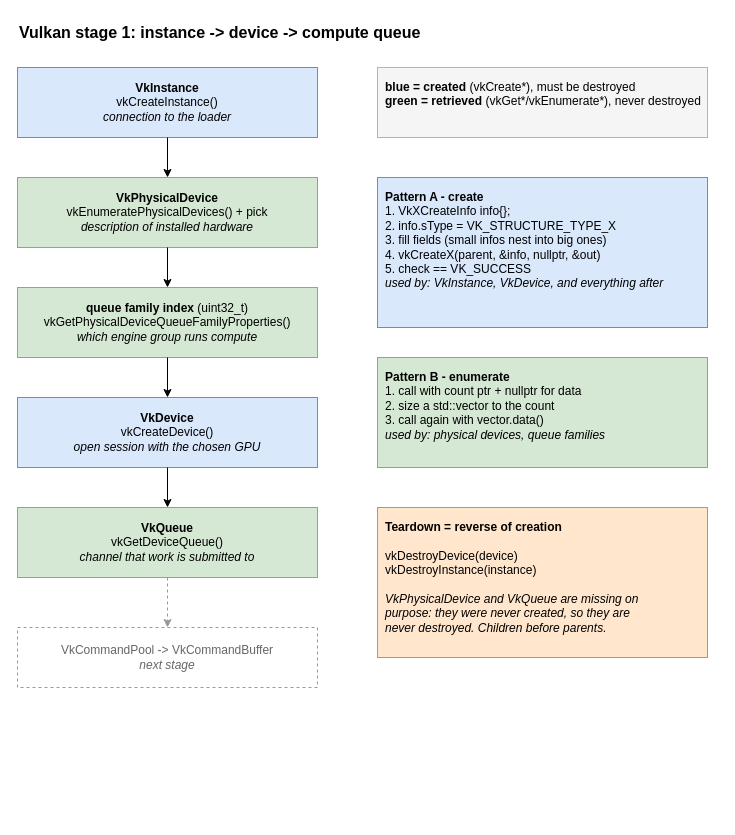
Above: docs/vulkan-init.drawio in JesseOinonen/video-pipeline-vulkan (draw.io), before the change. Source tidied: cells renumbered, new cells numbered last; positions are measured from the earlier drawing's top-left corner, leaving out a move shared by most shapes. Both pictures are drawn from the tidied source at 100%, with x=0, y=0 at pixel (17, 17).
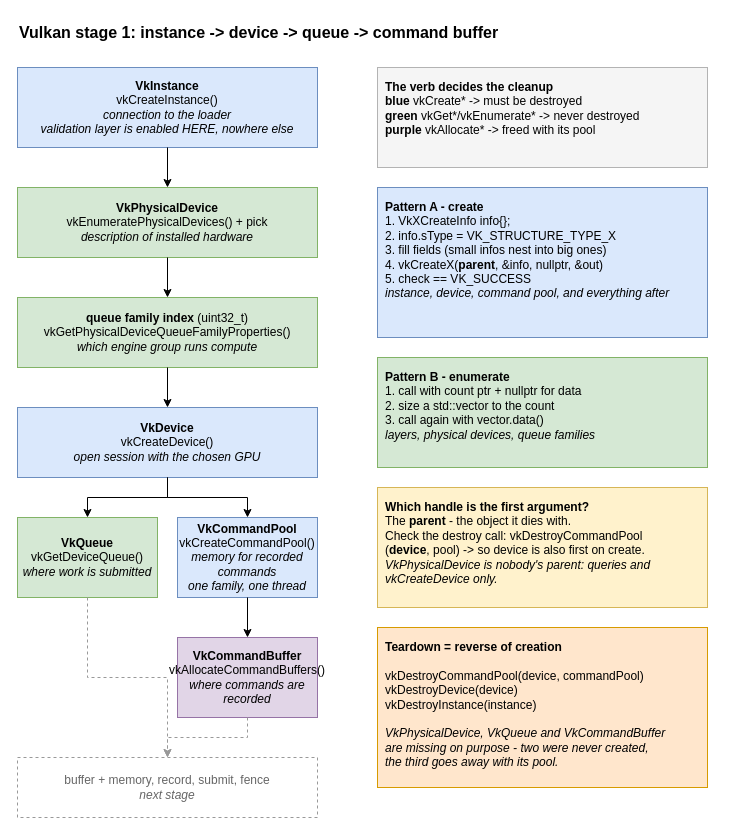
The same page after the edit.

Diff of the diagram source:
```diff
@@
-    <mxCell id="2" value="Vulkan stage 1: instance -&gt; device -&gt; compute queue" style="text;html=1;fontSize=16;fontStyle=1;align=left;verticalAlign=middle;" parent="1" vertex="1">
-      <mxGeometry width="600" height="30" as="geometry" />
+    <mxCell id="2" value="Vulkan stage 1: instance -&gt; device -&gt; queue -&gt; command buffer" style="text;html=1;fontSize=16;fontStyle=1;align=left;verticalAlign=middle;" parent="1" vertex="1">
+      <mxGeometry width="700" height="30" as="geometry" />
     </mxCell>
-    <mxCell id="3" value="&lt;b&gt;VkInstance&lt;/b&gt;&lt;br&gt;vkCreateInstance()&lt;br&gt;&lt;i&gt;connection to the loader&lt;/i&gt;" style="rounded=0;whiteSpace=wrap;html=1;fillColor=#dae8fc;strokeColor=#6c8ebf;" parent="1" vertex="1">
-      <mxGeometry y="50" width="300" height="70" as="geometry" />
+    <mxCell id="3" value="&lt;b&gt;VkInstance&lt;/b&gt;&lt;br&gt;vkCreateInstance()&lt;br&gt;&lt;i&gt;connection to the loader&lt;br&gt;validation layer is enabled HERE, nowhere else&lt;/i&gt;" style="rounded=0;whiteSpace=wrap;html=1;fillColor=#dae8fc;strokeColor=#6c8ebf;" parent="1" vertex="1">
+      <mxGeometry y="50" width="300" height="80" as="geometry" />
     </mxCell>
     <mxCell id="4" value="&lt;b&gt;VkPhysicalDevice&lt;/b&gt;&lt;br&gt;vkEnumeratePhysicalDevices() + pick&lt;br&gt;&lt;i&gt;description of installed hardware&lt;/i&gt;" style="rounded=0;whiteSpace=wrap;html=1;fillColor=#d5e8d4;strokeColor=#82b366;" parent="1" vertex="1">
-      <mxGeometry y="160" width="300" height="70" as="geometry" />
+      <mxGeometry y="170" width="300" height="70" as="geometry" />
     </mxCell>
     <mxCell id="5" value="&lt;b&gt;queue family index&lt;/b&gt; (uint32_t)&lt;br&gt;vkGetPhysicalDeviceQueueFamilyProperties()&lt;br&gt;&lt;i&gt;which engine group runs compute&lt;/i&gt;" style="rounded=0;whiteSpace=wrap;html=1;fillColor=#d5e8d4;strokeColor=#82b366;" parent="1" vertex="1">
-      <mxGeometry y="270" width="300" height="70" as="geometry" />
+      <mxGeometry y="280" width="300" height="70" as="geometry" />
     </mxCell>
     <mxCell id="6" value="&lt;b&gt;VkDevice&lt;/b&gt;&lt;br&gt;vkCreateDevice()&lt;br&gt;&lt;i&gt;open session with the chosen GPU&lt;/i&gt;" style="rounded=0;whiteSpace=wrap;html=1;fillColor=#dae8fc;strokeColor=#6c8ebf;" parent="1" vertex="1">
-      <mxGeometry y="380" width="300" height="70" as="geometry" />
+      <mxGeometry y="390" width="300" height="70" as="geometry" />
     </mxCell>
-    <mxCell id="7" value="&lt;b&gt;VkQueue&lt;/b&gt;&lt;br&gt;vkGetDeviceQueue()&lt;br&gt;&lt;i&gt;channel that work is submitted to&lt;/i&gt;" style="rounded=0;whiteSpace=wrap;html=1;fillColor=#d5e8d4;strokeColor=#82b366;" parent="1" vertex="1">
-      <mxGeometry y="490" width="300" height="70" as="geometry" />
+    <mxCell id="7" value="&lt;b&gt;VkQueue&lt;/b&gt;&lt;br&gt;vkGetDeviceQueue()&lt;br&gt;&lt;i&gt;where work is submitted&lt;/i&gt;" style="rounded=0;whiteSpace=wrap;html=1;fillColor=#d5e8d4;strokeColor=#82b366;" parent="1" vertex="1">
+      <mxGeometry y="500" width="140" height="80" as="geometry" />
     </mxCell>
-    <mxCell id="8" value="VkCommandPool -&gt; VkCommandBuffer&lt;br&gt;&lt;i&gt;next stage&lt;/i&gt;" style="rounded=0;whiteSpace=wrap;html=1;dashed=1;fillColor=none;strokeColor=#999999;fontColor=#666666;" parent="1" vertex="1">
-      <mxGeometry y="610" width="300" height="60" as="geometry" />
+    <mxCell id="8" value="&lt;b&gt;VkCommandPool&lt;/b&gt;&lt;br&gt;vkCreateCommandPool()&lt;br&gt;&lt;i&gt;memory for recorded commands&lt;br&gt;one family, one thread&lt;/i&gt;" style="rounded=0;whiteSpace=wrap;html=1;fillColor=#dae8fc;strokeColor=#6c8ebf;" parent="1" vertex="1">
+      <mxGeometry x="160" y="500" width="140" height="80" as="geometry" />
     </mxCell>
+    <mxCell id="18" value="&lt;b&gt;VkCommandBuffer&lt;/b&gt;&lt;br&gt;vkAllocateCommandBuffers()&lt;br&gt;&lt;i&gt;where commands are recorded&lt;/i&gt;" style="rounded=0;whiteSpace=wrap;html=1;fillColor=#e1d5e7;strokeColor=#9673a6;" parent="1" vertex="1">
+      <mxGeometry x="160" y="620" width="140" height="80" as="geometry" />
+    </mxCell>
+    <mxCell id="19" value="buffer + memory, record, submit, fence&lt;br&gt;&lt;i&gt;next stage&lt;/i&gt;" style="rounded=0;whiteSpace=wrap;html=1;dashed=1;fillColor=none;strokeColor=#999999;fontColor=#666666;" parent="1" vertex="1">
+      <mxGeometry y="740" width="300" height="60" as="geometry" />
+    </mxCell>
@@
-    <mxCell id="13" style="edgeStyle=orthogonalEdgeStyle;html=1;rounded=0;dashed=1;strokeColor=#999999;" parent="1" edge="1" source="7" target="8">
+    <mxCell id="13" style="edgeStyle=orthogonalEdgeStyle;html=1;rounded=0;" parent="1" edge="1" source="6" target="8">
       <mxGeometry relative="1" as="geometry" />
     </mxCell>
+    <mxCell id="20" style="edgeStyle=orthogonalEdgeStyle;html=1;rounded=0;" parent="1" edge="1" source="8" target="18">
+      <mxGeometry relative="1" as="geometry" />
+    </mxCell>
+    <mxCell id="21" style="edgeStyle=orthogonalEdgeStyle;html=1;rounded=0;dashed=1;strokeColor=#999999;" parent="1" edge="1" source="18" target="19">
+      <mxGeometry relative="1" as="geometry" />
+    </mxCell>
+    <mxCell id="22" style="edgeStyle=orthogonalEdgeStyle;html=1;rounded=0;dashed=1;strokeColor=#999999;" parent="1" edge="1" source="7" target="19">
+      <mxGeometry relative="1" as="geometry" />
+    </mxCell>
-    <mxCell id="14" value="&lt;b&gt;blue = created&lt;/b&gt; (vkCreate*), must be destroyed&lt;br&gt;&lt;b&gt;green = retrieved&lt;/b&gt; (vkGet*/vkEnumerate*), never destroyed" style="rounded=0;whiteSpace=wrap;html=1;align=left;verticalAlign=top;spacing=8;fillColor=#f5f5f5;strokeColor=#b3b3b3;" parent="1" vertex="1">
-      <mxGeometry x="360" y="50" width="330" height="70" as="geometry" />
+    <mxCell id="14" value="&lt;b&gt;The verb decides the cleanup&lt;/b&gt;&lt;br&gt;&lt;b&gt;blue&lt;/b&gt; vkCreate* -&gt; must be destroyed&lt;br&gt;&lt;b&gt;green&lt;/b&gt; vkGet*/vkEnumerate* -&gt; never destroyed&lt;br&gt;&lt;b&gt;purple&lt;/b&gt; vkAllocate* -&gt; freed with its pool" style="rounded=0;whiteSpace=wrap;html=1;align=left;verticalAlign=top;spacing=8;fillColor=#f5f5f5;strokeColor=#b3b3b3;" parent="1" vertex="1">
+      <mxGeometry x="360" y="50" width="330" height="100" as="geometry" />
     </mxCell>
-    <mxCell id="15" value="&lt;b&gt;Pattern A - create&lt;/b&gt;&lt;br&gt;1. VkXCreateInfo info{};&lt;br&gt;2. info.sType = VK_STRUCTURE_TYPE_X&lt;br&gt;3. fill fields (small infos nest into big ones)&lt;br&gt;4. vkCreateX(parent, &amp;amp;info, nullptr, &amp;amp;out)&lt;br&gt;5. check == VK_SUCCESS&lt;br&gt;&lt;i&gt;used by: VkInstance, VkDevice, and everything after&lt;/i&gt;" style="rounded=0;whiteSpace=wrap;html=1;align=left;verticalAlign=top;spacing=8;fillColor=#dae8fc;strokeColor=#6c8ebf;" parent="1" vertex="1">
-      <mxGeometry x="360" y="160" width="330" height="150" as="geometry" />
+    <mxCell id="15" value="&lt;b&gt;Pattern A - create&lt;/b&gt;&lt;br&gt;1. VkXCreateInfo info{};&lt;br&gt;2. info.sType = VK_STRUCTURE_TYPE_X&lt;br&gt;3. fill fields (small infos nest into big ones)&lt;br&gt;4. vkCreateX(&lt;b&gt;parent&lt;/b&gt;, &amp;amp;info, nullptr, &amp;amp;out)&lt;br&gt;5. check == VK_SUCCESS&lt;br&gt;&lt;i&gt;instance, device, command pool, and everything after&lt;/i&gt;" style="rounded=0;whiteSpace=wrap;html=1;align=left;verticalAlign=top;spacing=8;fillColor=#dae8fc;strokeColor=#6c8ebf;" parent="1" vertex="1">
+      <mxGeometry x="360" y="170" width="330" height="150" as="geometry" />
     </mxCell>
-    <mxCell id="16" value="&lt;b&gt;Pattern B - enumerate&lt;/b&gt;&lt;br&gt;1. call with count ptr + nullptr for data&lt;br&gt;2. size a std::vector to the count&lt;br&gt;3. call again with vector.data()&lt;br&gt;&lt;i&gt;used by: physical devices, queue families&lt;/i&gt;" style="rounded=0;whiteSpace=wrap;html=1;align=left;verticalAlign=top;spacing=8;fillColor=#d5e8d4;strokeColor=#82b366;" parent="1" vertex="1">
+    <mxCell id="16" value="&lt;b&gt;Pattern B - enumerate&lt;/b&gt;&lt;br&gt;1. call with count ptr + nullptr for data&lt;br&gt;2. size a std::vector to the count&lt;br&gt;3. call again with vector.data()&lt;br&gt;&lt;i&gt;layers, physical devices, queue families&lt;/i&gt;" style="rounded=0;whiteSpace=wrap;html=1;align=left;verticalAlign=top;spacing=8;fillColor=#d5e8d4;strokeColor=#82b366;" parent="1" vertex="1">
       <mxGeometry x="360" y="340" width="330" height="110" as="geometry" />
     </mxCell>
+    <mxCell id="23" value="&lt;b&gt;Which handle is the first argument?&lt;/b&gt;&lt;br&gt;The &lt;b&gt;parent&lt;/b&gt; - the object it dies with.&lt;br&gt;Check the destroy call: vkDestroyCommandPool&lt;br&gt;(&lt;b&gt;device&lt;/b&gt;, pool) -&gt; so device is also first on create.&lt;br&gt;&lt;i&gt;VkPhysicalDevice is nobody's parent: queries and&lt;br&gt;vkCreateDevice only.&lt;/i&gt;" style="rounded=0;whiteSpace=wrap;html=1;align=left;verticalAlign=top;spacing=8;fillColor=#fff2cc;strokeColor=#d6b656;" parent="1" vertex="1">
+      <mxGeometry x="360" y="470" width="330" height="120" as="geometry" />
+    </mxCell>
-    <mxCell id="17" value="&lt;b&gt;Teardown = reverse of creation&lt;/b&gt;&lt;br&gt;&lt;br&gt;vkDestroyDevice(device)&lt;br&gt;vkDestroyInstance(instance)&lt;br&gt;&lt;br&gt;&lt;i&gt;VkPhysicalDevice and VkQueue are missing on&lt;br&gt;purpose: they were never created, so they are&lt;br&gt;never destroyed. Children before parents.&lt;/i&gt;" style="rounded=0;whiteSpace=wrap;html=1;align=left;verticalAlign=top;spacing=8;fillColor=#ffe6cc;strokeColor=#d79b00;" parent="1" vertex="1">
-      <mxGeometry x="360" y="490" width="330" height="150" as="geometry" />
+    <mxCell id="17" value="&lt;b&gt;Teardown = reverse of creation&lt;/b&gt;&lt;br&gt;&lt;br&gt;vkDestroyCommandPool(device, commandPool)&lt;br&gt;vkDestroyDevice(device)&lt;br&gt;vkDestroyInstance(instance)&lt;br&gt;&lt;br&gt;&lt;i&gt;VkPhysicalDevice, VkQueue and VkCommandBuffer&lt;br&gt;are missing on purpose - two were never created,&lt;br&gt;the third goes away with its pool.&lt;/i&gt;" style="rounded=0;whiteSpace=wrap;html=1;align=left;verticalAlign=top;spacing=8;fillColor=#ffe6cc;strokeColor=#d79b00;" parent="1" vertex="1">
+      <mxGeometry x="360" y="610" width="330" height="160" as="geometry" />
     </mxCell>
```
